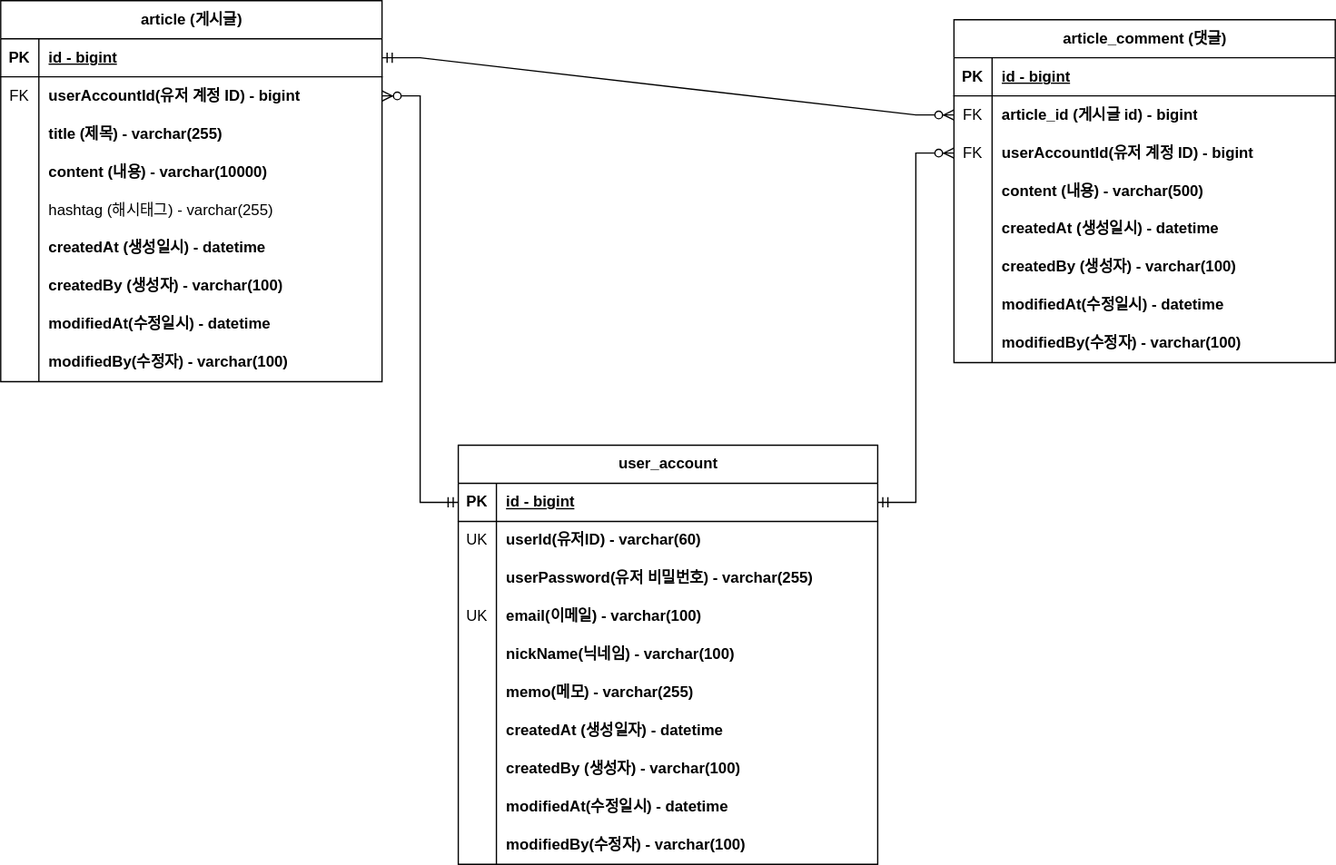
Above: document/board-project-erd.svg in KHyeon9/board-project-study (draw.io), before the change. Source tidied: cells renumbered, new cells last; positions are measured from the earlier drawing's top-left corner, leaving out a move shared by most shapes.
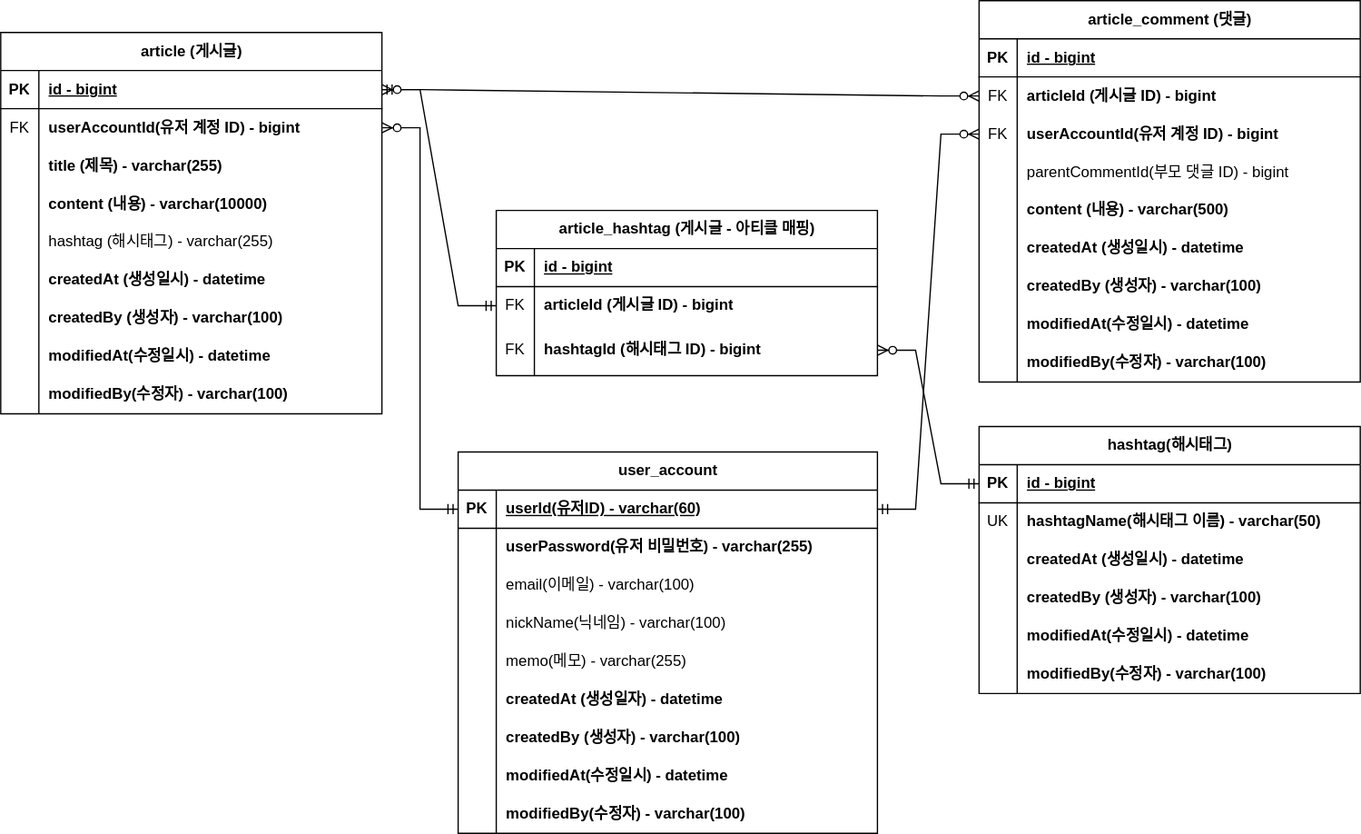
The same file after the commit.

Commit message:
erd 업데이트: 대댓글, 해시태

Change to the diagram source:
```diff
@@ -5,3 +5,3 @@
     <mxCell id="2" value="article (게시글)" style="shape=table;startSize=30;rowLines=0;fontStyle=1;align=center;html=1;" parent="1" vertex="1">
-      <mxGeometry x="90" y="128" width="300" height="300" as="geometry" />
+      <mxGeometry x="90" y="168" width="300" height="300" as="geometry" />
     </mxCell>
@@ -89,3 +89,3 @@
     <mxCell id="30" value="article_comment (댓글)" style="shape=table;startSize=30;rowLines=0;fontStyle=1;align=center;html=1;" parent="1" vertex="1">
-      <mxGeometry x="840" y="143" width="300" height="270" as="geometry" />
+      <mxGeometry x="860" y="143" width="300" height="300" as="geometry" />
     </mxCell>
@@ -106,3 +106,3 @@
     </mxCell>
-    <mxCell id="36" value="article_id (게시글 id) - bigint" style="shape=partialRectangle;fillColor=none;top=0;left=0;bottom=0;right=0;align=left;spacingLeft=6;overflow=hidden;whiteSpace=wrap;html=1;fontStyle=1;" parent="34" vertex="1">
+    <mxCell id="36" value="articleId (게시글 ID) - bigint" style="shape=partialRectangle;fillColor=none;top=0;left=0;bottom=0;right=0;align=left;spacingLeft=6;overflow=hidden;whiteSpace=wrap;html=1;fontStyle=1;" parent="34" vertex="1">
       <mxGeometry x="30" width="270" height="30" as="geometry" />
@@ -118,4 +118,13 @@
     </mxCell>
+    <mxCell id="89" style="shape=tableRow;horizontal=0;startSize=0;swimlaneHead=0;swimlaneBody=0;fillColor=none;top=0;left=0;right=0;bottom=0;" parent="30" vertex="1">
+      <mxGeometry y="120" width="300" height="30" as="geometry" />
+    </mxCell>
+    <mxCell id="90" style="shape=partialRectangle;fillColor=none;top=0;left=0;bottom=0;right=0;overflow=hidden;whiteSpace=wrap;html=1;" parent="89" vertex="1">
+      <mxGeometry width="30" height="30" as="geometry" />
+    </mxCell>
+    <mxCell id="91" value="&lt;span style=&quot;font-weight: normal;&quot;&gt;parentCommentId(부모 댓글 ID) - bigint&lt;/span&gt;" style="shape=partialRectangle;fillColor=none;top=0;left=0;bottom=0;right=0;align=left;spacingLeft=6;overflow=hidden;whiteSpace=wrap;html=1;fontStyle=1;" parent="89" vertex="1">
+      <mxGeometry x="30" width="270" height="30" as="geometry" />
+    </mxCell>
     <mxCell id="40" style="shape=tableRow;horizontal=0;startSize=0;swimlaneHead=0;swimlaneBody=0;fillColor=none;top=0;left=0;right=0;bottom=0;" parent="30" vertex="1">
-      <mxGeometry y="120" width="300" height="30" as="geometry" />
+      <mxGeometry y="150" width="300" height="30" as="geometry" />
     </mxCell>
@@ -128,3 +137,3 @@
     <mxCell id="43" style="shape=tableRow;horizontal=0;startSize=0;swimlaneHead=0;swimlaneBody=0;fillColor=none;top=0;left=0;right=0;bottom=0;" parent="30" vertex="1">
-      <mxGeometry y="150" width="300" height="30" as="geometry" />
+      <mxGeometry y="180" width="300" height="30" as="geometry" />
     </mxCell>
@@ -137,3 +146,3 @@
     <mxCell id="46" style="shape=tableRow;horizontal=0;startSize=0;swimlaneHead=0;swimlaneBody=0;fillColor=none;top=0;left=0;right=0;bottom=0;" parent="30" vertex="1">
-      <mxGeometry y="180" width="300" height="30" as="geometry" />
+      <mxGeometry y="210" width="300" height="30" as="geometry" />
     </mxCell>
@@ -146,3 +155,3 @@
     <mxCell id="49" style="shape=tableRow;horizontal=0;startSize=0;swimlaneHead=0;swimlaneBody=0;fillColor=none;top=0;left=0;right=0;bottom=0;" parent="30" vertex="1">
-      <mxGeometry y="210" width="300" height="30" as="geometry" />
+      <mxGeometry y="240" width="300" height="30" as="geometry" />
     </mxCell>
@@ -155,3 +164,3 @@
     <mxCell id="52" style="shape=tableRow;horizontal=0;startSize=0;swimlaneHead=0;swimlaneBody=0;fillColor=none;top=0;left=0;right=0;bottom=0;" parent="30" vertex="1">
-      <mxGeometry y="240" width="300" height="30" as="geometry" />
+      <mxGeometry y="270" width="300" height="30" as="geometry" />
     </mxCell>
@@ -171,3 +180,3 @@
     <mxCell id="56" value="user_account" style="shape=table;startSize=30;rowLines=0;fontStyle=1;align=center;html=1;" parent="1" vertex="1">
-      <mxGeometry x="450" y="478" width="330" height="330" as="geometry" />
+      <mxGeometry x="450" y="498" width="330" height="300" as="geometry" />
     </mxCell>
@@ -179,16 +188,7 @@
     </mxCell>
-    <mxCell id="59" value="id - bigint" style="shape=partialRectangle;fillColor=none;top=0;left=0;bottom=0;right=0;align=left;spacingLeft=6;fontStyle=5;overflow=hidden;whiteSpace=wrap;html=1;" parent="57" vertex="1">
+    <mxCell id="59" value="userId(유저ID) - varchar(60)" style="shape=partialRectangle;fillColor=none;top=0;left=0;bottom=0;right=0;align=left;spacingLeft=6;fontStyle=5;overflow=hidden;whiteSpace=wrap;html=1;" parent="57" vertex="1">
       <mxGeometry x="30" width="300" height="30" as="geometry" />
     </mxCell>
-    <mxCell id="60" style="shape=tableRow;horizontal=0;startSize=0;swimlaneHead=0;swimlaneBody=0;fillColor=none;top=0;left=0;right=0;bottom=0;" parent="56" vertex="1">
-      <mxGeometry y="60" width="330" height="30" as="geometry" />
-    </mxCell>
-    <mxCell id="61" value="UK" style="shape=partialRectangle;fillColor=none;top=0;left=0;bottom=0;right=0;overflow=hidden;whiteSpace=wrap;html=1;" parent="60" vertex="1">
-      <mxGeometry width="30" height="30" as="geometry" />
-    </mxCell>
-    <mxCell id="62" value="userId(유저ID) - varchar(60)" style="shape=partialRectangle;fillColor=none;top=0;left=0;bottom=0;right=0;align=left;spacingLeft=6;overflow=hidden;whiteSpace=wrap;html=1;fontStyle=1;" parent="60" vertex="1">
-      <mxGeometry x="30" width="300" height="30" as="geometry" />
-    </mxCell>
     <mxCell id="63" style="shape=tableRow;horizontal=0;startSize=0;swimlaneHead=0;swimlaneBody=0;fillColor=none;top=0;left=0;right=0;bottom=0;" parent="56" vertex="1">
-      <mxGeometry y="90" width="330" height="30" as="geometry" />
+      <mxGeometry y="60" width="330" height="30" as="geometry" />
     </mxCell>
@@ -201,8 +201,8 @@
     <mxCell id="66" style="shape=tableRow;horizontal=0;startSize=0;swimlaneHead=0;swimlaneBody=0;fillColor=none;top=0;left=0;right=0;bottom=0;" parent="56" vertex="1">
-      <mxGeometry y="120" width="330" height="30" as="geometry" />
+      <mxGeometry y="90" width="330" height="30" as="geometry" />
     </mxCell>
-    <mxCell id="67" value="UK" style="shape=partialRectangle;fillColor=none;top=0;left=0;bottom=0;right=0;overflow=hidden;whiteSpace=wrap;html=1;" parent="66" vertex="1">
+    <mxCell id="67" style="shape=partialRectangle;fillColor=none;top=0;left=0;bottom=0;right=0;overflow=hidden;whiteSpace=wrap;html=1;" parent="66" vertex="1">
       <mxGeometry width="30" height="30" as="geometry" />
     </mxCell>
-    <mxCell id="68" value="email(이메일) - varchar(100)" style="shape=partialRectangle;fillColor=none;top=0;left=0;bottom=0;right=0;align=left;spacingLeft=6;overflow=hidden;whiteSpace=wrap;html=1;fontStyle=1;" parent="66" vertex="1">
+    <mxCell id="68" value="&lt;span style=&quot;font-weight: normal;&quot;&gt;email(이메일) - varchar(100)&lt;/span&gt;" style="shape=partialRectangle;fillColor=none;top=0;left=0;bottom=0;right=0;align=left;spacingLeft=6;overflow=hidden;whiteSpace=wrap;html=1;fontStyle=1;" parent="66" vertex="1">
       <mxGeometry x="30" width="300" height="30" as="geometry" />
@@ -210,3 +210,3 @@
     <mxCell id="69" style="shape=tableRow;horizontal=0;startSize=0;swimlaneHead=0;swimlaneBody=0;fillColor=none;top=0;left=0;right=0;bottom=0;" parent="56" vertex="1">
-      <mxGeometry y="150" width="330" height="30" as="geometry" />
+      <mxGeometry y="120" width="330" height="30" as="geometry" />
     </mxCell>
@@ -215,3 +215,3 @@
     </mxCell>
-    <mxCell id="71" value="nickName(닉네임) - varchar(100)" style="shape=partialRectangle;fillColor=none;top=0;left=0;bottom=0;right=0;align=left;spacingLeft=6;overflow=hidden;whiteSpace=wrap;html=1;fontStyle=1;" parent="69" vertex="1">
+    <mxCell id="71" value="&lt;span style=&quot;font-weight: normal;&quot;&gt;nickName(닉네임) - varchar(100)&lt;/span&gt;" style="shape=partialRectangle;fillColor=none;top=0;left=0;bottom=0;right=0;align=left;spacingLeft=6;overflow=hidden;whiteSpace=wrap;html=1;fontStyle=1;" parent="69" vertex="1">
       <mxGeometry x="30" width="300" height="30" as="geometry" />
@@ -219,3 +219,3 @@
     <mxCell id="72" style="shape=tableRow;horizontal=0;startSize=0;swimlaneHead=0;swimlaneBody=0;fillColor=none;top=0;left=0;right=0;bottom=0;" parent="56" vertex="1">
-      <mxGeometry y="180" width="330" height="30" as="geometry" />
+      <mxGeometry y="150" width="330" height="30" as="geometry" />
     </mxCell>
@@ -224,3 +224,3 @@
     </mxCell>
-    <mxCell id="74" value="memo(메모) - varchar(255)" style="shape=partialRectangle;fillColor=none;top=0;left=0;bottom=0;right=0;align=left;spacingLeft=6;overflow=hidden;whiteSpace=wrap;html=1;fontStyle=1;" parent="72" vertex="1">
+    <mxCell id="74" value="&lt;span style=&quot;font-weight: normal;&quot;&gt;memo(메모) - varchar(255)&lt;/span&gt;" style="shape=partialRectangle;fillColor=none;top=0;left=0;bottom=0;right=0;align=left;spacingLeft=6;overflow=hidden;whiteSpace=wrap;html=1;fontStyle=1;" parent="72" vertex="1">
       <mxGeometry x="30" width="300" height="30" as="geometry" />
@@ -228,3 +228,3 @@
     <mxCell id="75" style="shape=tableRow;horizontal=0;startSize=0;swimlaneHead=0;swimlaneBody=0;fillColor=none;top=0;left=0;right=0;bottom=0;" parent="56" vertex="1">
-      <mxGeometry y="210" width="330" height="30" as="geometry" />
+      <mxGeometry y="180" width="330" height="30" as="geometry" />
     </mxCell>
@@ -237,3 +237,3 @@
     <mxCell id="78" style="shape=tableRow;horizontal=0;startSize=0;swimlaneHead=0;swimlaneBody=0;fillColor=none;top=0;left=0;right=0;bottom=0;" parent="56" vertex="1">
-      <mxGeometry y="240" width="330" height="30" as="geometry" />
+      <mxGeometry y="210" width="330" height="30" as="geometry" />
     </mxCell>
@@ -246,3 +246,3 @@
     <mxCell id="81" style="shape=tableRow;horizontal=0;startSize=0;swimlaneHead=0;swimlaneBody=0;fillColor=none;top=0;left=0;right=0;bottom=0;" parent="56" vertex="1">
-      <mxGeometry y="270" width="330" height="30" as="geometry" />
+      <mxGeometry y="240" width="330" height="30" as="geometry" />
     </mxCell>
@@ -255,3 +255,3 @@
     <mxCell id="84" style="shape=tableRow;horizontal=0;startSize=0;swimlaneHead=0;swimlaneBody=0;fillColor=none;top=0;left=0;right=0;bottom=0;" parent="56" vertex="1">
-      <mxGeometry y="300" width="330" height="30" as="geometry" />
+      <mxGeometry y="270" width="330" height="30" as="geometry" />
     </mxCell>
@@ -281,2 +281,113 @@
     </mxCell>
+    <mxCell id="92" value="article_hashtag (게시글 - 아티클 매핑)" style="shape=table;startSize=30;rowLines=0;fontStyle=1;align=center;html=1;" parent="1" vertex="1">
+      <mxGeometry x="480" y="308" width="300" height="130" as="geometry" />
+    </mxCell>
+    <mxCell id="93" style="shape=tableRow;horizontal=0;startSize=0;swimlaneHead=0;swimlaneBody=0;fillColor=none;top=0;left=0;right=0;bottom=1;" parent="92" vertex="1">
+      <mxGeometry y="30" width="300" height="30" as="geometry" />
+    </mxCell>
+    <mxCell id="94" value="PK" style="shape=partialRectangle;fillColor=none;top=0;left=0;bottom=0;right=0;fontStyle=1;overflow=hidden;whiteSpace=wrap;html=1;" parent="93" vertex="1">
+      <mxGeometry width="30" height="30" as="geometry" />
+    </mxCell>
+    <mxCell id="95" value="id - bigint" style="shape=partialRectangle;fillColor=none;top=0;left=0;bottom=0;right=0;align=left;spacingLeft=6;fontStyle=5;overflow=hidden;whiteSpace=wrap;html=1;" parent="93" vertex="1">
+      <mxGeometry x="30" width="270" height="30" as="geometry" />
+    </mxCell>
+    <mxCell id="96" style="shape=tableRow;horizontal=0;startSize=0;swimlaneHead=0;swimlaneBody=0;fillColor=none;points=[[0,0.5],[1,0.5]];portConstraint=eastwest;top=0;left=0;right=0;bottom=0;" parent="92" vertex="1">
+      <mxGeometry y="60" width="300" height="30" as="geometry" />
+    </mxCell>
+    <mxCell id="97" value="FK" style="shape=partialRectangle;fillColor=none;top=0;left=0;bottom=0;right=0;overflow=hidden;whiteSpace=wrap;html=1;" parent="96" vertex="1">
+      <mxGeometry width="30" height="30" as="geometry" />
+    </mxCell>
+    <mxCell id="98" value="articleId (게시글 ID) - bigint" style="shape=partialRectangle;fillColor=none;top=0;left=0;bottom=0;right=0;align=left;spacingLeft=6;overflow=hidden;whiteSpace=wrap;html=1;fontStyle=1;" parent="96" vertex="1">
+      <mxGeometry x="30" width="270" height="30" as="geometry" />
+    </mxCell>
+    <mxCell id="99" style="shape=tableRow;horizontal=0;startSize=0;swimlaneHead=0;swimlaneBody=0;fillColor=none;points=[[0,0.5],[1,0.5]];portConstraint=eastwest;top=0;left=0;right=0;bottom=0;" parent="92" vertex="1">
+      <mxGeometry y="90" width="300" height="40" as="geometry" />
+    </mxCell>
+    <mxCell id="100" value="FK" style="shape=partialRectangle;fillColor=none;top=0;left=0;bottom=0;right=0;overflow=hidden;whiteSpace=wrap;html=1;" parent="99" vertex="1">
+      <mxGeometry width="30" height="40" as="geometry" />
+    </mxCell>
+    <mxCell id="101" value="hashtagId (해시태그 ID) - bigint" style="shape=partialRectangle;fillColor=none;top=0;left=0;bottom=0;right=0;align=left;spacingLeft=6;overflow=hidden;whiteSpace=wrap;html=1;fontStyle=1;" parent="99" vertex="1">
+      <mxGeometry x="30" width="270" height="40" as="geometry" />
+    </mxCell>
+    <mxCell id="102" style="edgeStyle=entityRelationEdgeStyle;fontSize=12;html=1;endArrow=ERzeroToMany;startArrow=ERmandOne;rounded=0;entryX=1;entryY=0.5;entryDx=0;entryDy=0;exitX=0;exitY=0.5;exitDx=0;exitDy=0;" parent="1" edge="1" source="96" target="3">
+      <mxGeometry relative="1" as="geometry">
+        <Array as="points">
+          <mxPoint x="80" y="803" />
+          <mxPoint x="450" y="278" />
+          <mxPoint x="440" y="278" />
+          <mxPoint x="10" y="623" />
+          <mxPoint x="380" y="10" />
+          <mxPoint x="410" y="384" />
+        </Array>
+      </mxGeometry>
+    </mxCell>
+    <mxCell id="103" value="hashtag(해시태그)" style="shape=table;startSize=30;rowLines=0;fontStyle=1;align=center;html=1;" parent="1" vertex="1">
+      <mxGeometry x="860" y="478" width="300" height="210" as="geometry" />
+    </mxCell>
+    <mxCell id="104" style="shape=tableRow;horizontal=0;startSize=0;swimlaneHead=0;swimlaneBody=0;fillColor=none;points=[[0,0.5],[1,0.5]];portConstraint=eastwest;top=0;left=0;right=0;bottom=1;" parent="103" vertex="1">
+      <mxGeometry y="30" width="300" height="30" as="geometry" />
+    </mxCell>
+    <mxCell id="105" value="PK" style="shape=partialRectangle;fillColor=none;top=0;left=0;bottom=0;right=0;fontStyle=1;overflow=hidden;whiteSpace=wrap;html=1;" parent="104" vertex="1">
+      <mxGeometry width="30" height="30" as="geometry" />
+    </mxCell>
+    <mxCell id="106" value="id - bigint" style="shape=partialRectangle;fillColor=none;top=0;left=0;bottom=0;right=0;align=left;spacingLeft=6;fontStyle=5;overflow=hidden;whiteSpace=wrap;html=1;" parent="104" vertex="1">
+      <mxGeometry x="30" width="270" height="30" as="geometry" />
+    </mxCell>
+    <mxCell id="107" style="shape=tableRow;horizontal=0;startSize=0;swimlaneHead=0;swimlaneBody=0;fillColor=none;top=0;left=0;right=0;bottom=0;" parent="103" vertex="1">
+      <mxGeometry y="60" width="300" height="30" as="geometry" />
+    </mxCell>
+    <mxCell id="61" value="UK" style="shape=partialRectangle;fillColor=none;top=0;left=0;bottom=0;right=0;overflow=hidden;whiteSpace=wrap;html=1;" parent="107" vertex="1">
+      <mxGeometry width="30" height="30" as="geometry" />
+    </mxCell>
+    <mxCell id="108" value="hashtagName(해시태그 이름) - varchar(50)" style="shape=partialRectangle;fillColor=none;top=0;left=0;bottom=0;right=0;align=left;spacingLeft=6;overflow=hidden;whiteSpace=wrap;html=1;fontStyle=1;" parent="107" vertex="1">
+      <mxGeometry x="30" width="270" height="30" as="geometry" />
+    </mxCell>
+    <mxCell id="109" style="shape=tableRow;horizontal=0;startSize=0;swimlaneHead=0;swimlaneBody=0;fillColor=none;top=0;left=0;right=0;bottom=0;" parent="103" vertex="1">
+      <mxGeometry y="90" width="300" height="30" as="geometry" />
+    </mxCell>
+    <mxCell id="110" style="shape=partialRectangle;fillColor=none;top=0;left=0;bottom=0;right=0;overflow=hidden;whiteSpace=wrap;html=1;" parent="109" vertex="1">
+      <mxGeometry width="30" height="30" as="geometry" />
+    </mxCell>
+    <mxCell id="111" value="createdAt (생성일시) - datetime" style="shape=partialRectangle;fillColor=none;top=0;left=0;bottom=0;right=0;align=left;spacingLeft=6;overflow=hidden;whiteSpace=wrap;html=1;fontStyle=1;" parent="109" vertex="1">
+      <mxGeometry x="30" width="270" height="30" as="geometry" />
+    </mxCell>
+    <mxCell id="112" style="shape=tableRow;horizontal=0;startSize=0;swimlaneHead=0;swimlaneBody=0;fillColor=none;top=0;left=0;right=0;bottom=0;" parent="103" vertex="1">
+      <mxGeometry y="120" width="300" height="30" as="geometry" />
+    </mxCell>
+    <mxCell id="113" style="shape=partialRectangle;fillColor=none;top=0;left=0;bottom=0;right=0;overflow=hidden;whiteSpace=wrap;html=1;" parent="112" vertex="1">
+      <mxGeometry width="30" height="30" as="geometry" />
+    </mxCell>
+    <mxCell id="114" value="createdBy (생성자) - varchar(100)" style="shape=partialRectangle;fillColor=none;top=0;left=0;bottom=0;right=0;align=left;spacingLeft=6;overflow=hidden;whiteSpace=wrap;html=1;fontStyle=1;" parent="112" vertex="1">
+      <mxGeometry x="30" width="270" height="30" as="geometry" />
+    </mxCell>
+    <mxCell id="115" style="shape=tableRow;horizontal=0;startSize=0;swimlaneHead=0;swimlaneBody=0;fillColor=none;top=0;left=0;right=0;bottom=0;" parent="103" vertex="1">
+      <mxGeometry y="150" width="300" height="30" as="geometry" />
+    </mxCell>
+    <mxCell id="116" style="shape=partialRectangle;fillColor=none;top=0;left=0;bottom=0;right=0;overflow=hidden;whiteSpace=wrap;html=1;" parent="115" vertex="1">
+      <mxGeometry width="30" height="30" as="geometry" />
+    </mxCell>
+    <mxCell id="117" value="modifiedAt(수정일시)&amp;nbsp;- datetime" style="shape=partialRectangle;fillColor=none;top=0;left=0;bottom=0;right=0;align=left;spacingLeft=6;overflow=hidden;whiteSpace=wrap;html=1;fontStyle=1;" parent="115" vertex="1">
+      <mxGeometry x="30" width="270" height="30" as="geometry" />
+    </mxCell>
+    <mxCell id="118" style="shape=tableRow;horizontal=0;startSize=0;swimlaneHead=0;swimlaneBody=0;fillColor=none;top=0;left=0;right=0;bottom=0;" parent="103" vertex="1">
+      <mxGeometry y="180" width="300" height="30" as="geometry" />
+    </mxCell>
+    <mxCell id="119" style="shape=partialRectangle;fillColor=none;top=0;left=0;bottom=0;right=0;overflow=hidden;whiteSpace=wrap;html=1;" parent="118" vertex="1">
+      <mxGeometry width="30" height="30" as="geometry" />
+    </mxCell>
+    <mxCell id="120" value="modifiedBy(수정자)&amp;nbsp;- varchar(100)" style="shape=partialRectangle;fillColor=none;top=0;left=0;bottom=0;right=0;align=left;spacingLeft=6;overflow=hidden;whiteSpace=wrap;html=1;fontStyle=1;" parent="118" vertex="1">
+      <mxGeometry x="30" width="270" height="30" as="geometry" />
+    </mxCell>
+    <mxCell id="121" style="edgeStyle=entityRelationEdgeStyle;fontSize=12;html=1;endArrow=ERzeroToMany;startArrow=ERmandOne;rounded=0;entryX=1;entryY=0.5;entryDx=0;entryDy=0;exitX=0;exitY=0.5;exitDx=0;exitDy=0;" parent="1" edge="1" source="104" target="99">
+      <mxGeometry relative="1" as="geometry">
+        <Array as="points">
+          <mxPoint x="1310" y="689" />
+          <mxPoint x="1280" y="315" />
+          <mxPoint x="910" y="928" />
+          <mxPoint x="1340" y="583" />
+          <mxPoint x="1350" y="583" />
+          <mxPoint x="980" y="1108" />
+        </Array>
+      </mxGeometry>
+    </mxCell>
   </root>
```
